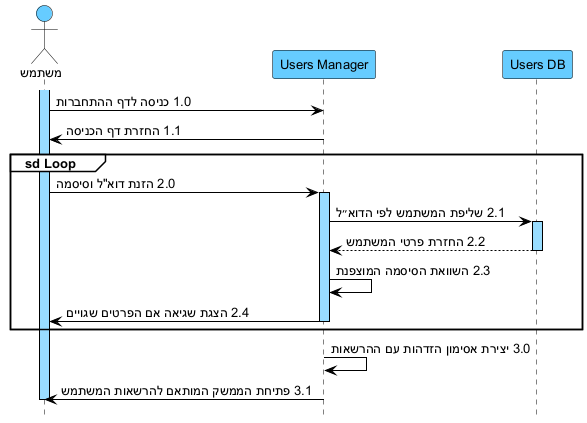
Earlier version of the PlantUML export docs/diagrams/png/02-seq-suc02-התחברות.png (arielkaplan20/GOLDEN_HAIR_SALOAN).
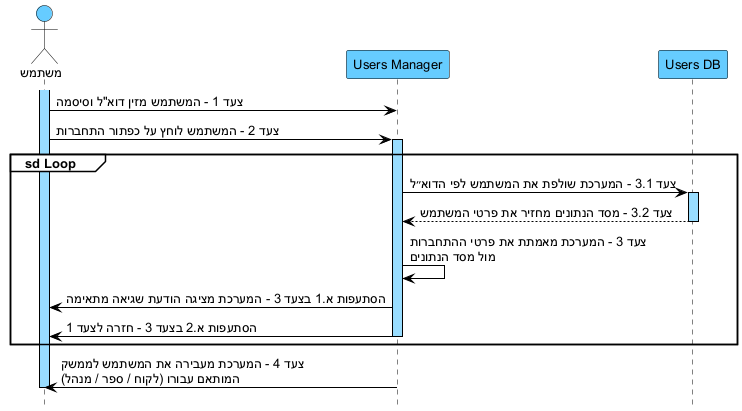
The same file after the commit.

Change to the diagram source:
```diff
@@ -24,22 +24,23 @@
 participant "Users DB" as DB
 
 activate U
-U -> UM : 1.0 כניסה לדף ההתחברות
-UM -> U : 1.1 החזרת דף הכניסה
+U -> UM : צעד 1 - המשתמש מזין דוא"ל וסיסמה
+U -> UM : צעד 2 - המשתמש לוחץ על כפתור התחברות
 
 group sd Loop
-U -> UM : 2.0 הזנת דוא"ל וסיסמה
 activate UM
-UM -> DB : 2.1 שליפת המשתמש לפי הדוא״ל
+UM -> DB : צעד 3.1 - המערכת שולפת את המשתמש לפי הדוא״ל
 activate DB
-DB --> UM : 2.2 החזרת פרטי המשתמש
+DB --> UM : צעד 3.2 - מסד הנתונים מחזיר את פרטי המשתמש
 deactivate DB
-UM -> UM : 2.3 השוואת הסיסמה המוצפנת
-UM -> U : 2.4 הצגת שגיאה אם הפרטים שגויים
+UM -> UM : צעד 3 - המערכת מאמתת את פרטי ההתחברות\nמול מסד הנתונים
+UM -> U : הסתעפות א.1 בצעד 3 - המערכת מציגה הודעת שגיאה מתאימה
+UM -> U : הסתעפות א.2 בצעד 3 - חזרה לצעד 1
 deactivate UM
 end
 
-UM -> UM : 3.0 יצירת אסימון הזדהות עם ההרשאות
-UM -> U : 3.1 פתיחת הממשק המותאם להרשאות המשתמש
+activate UM
+UM -> U : צעד 4 - המערכת מעבירה את המשתמש לממשק\nהמותאם עבורו (לקוח / ספר / מנהל)
+deactivate UM
 deactivate U
 @enduml
```
